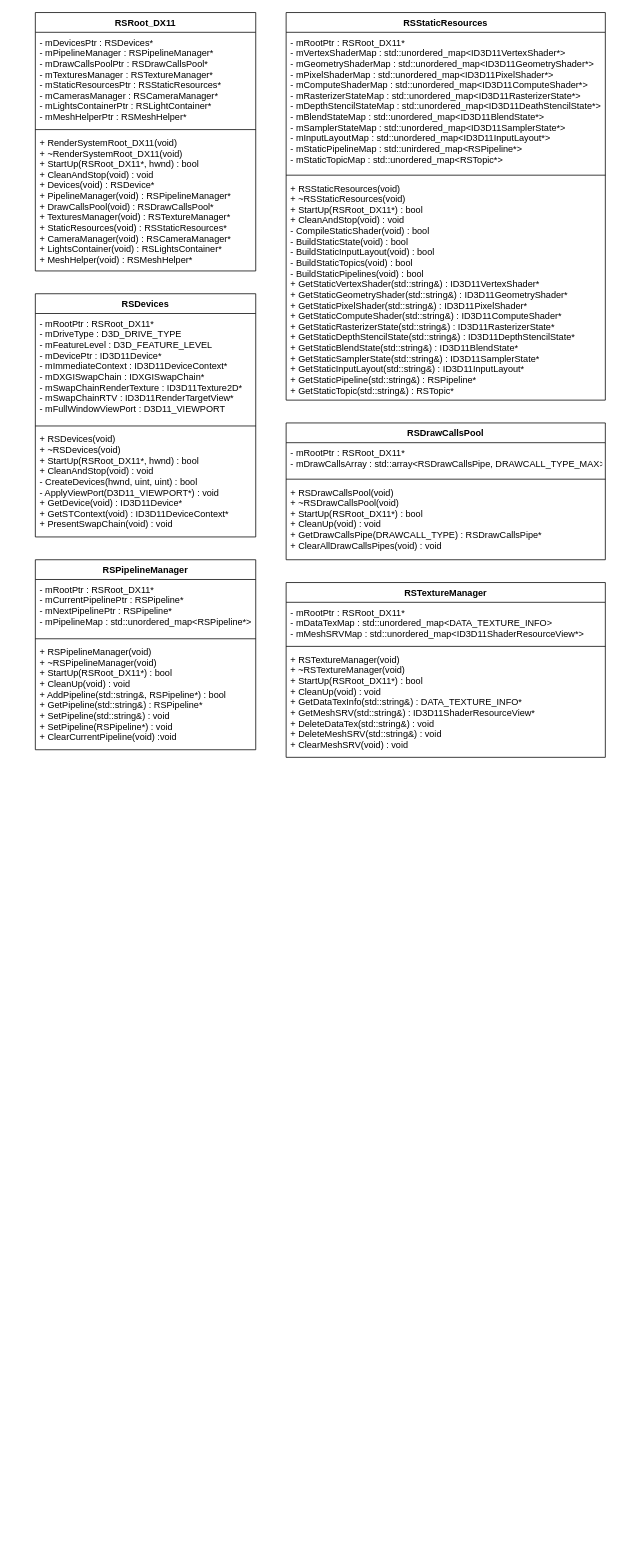
Earlier version of the draw.io diagram page "Root" (4 of 4) of Render.drawio (HIBICUS-CAI/PreWorkRenderEngine). Source tidied: cells renumbered, new cells numbered last; positions are measured from the earlier drawing's top-left corner, leaving out a move shared by most shapes. Both pictures are drawn from the tidied source at 76%, with x=0, y=0 at pixel (35, 12).
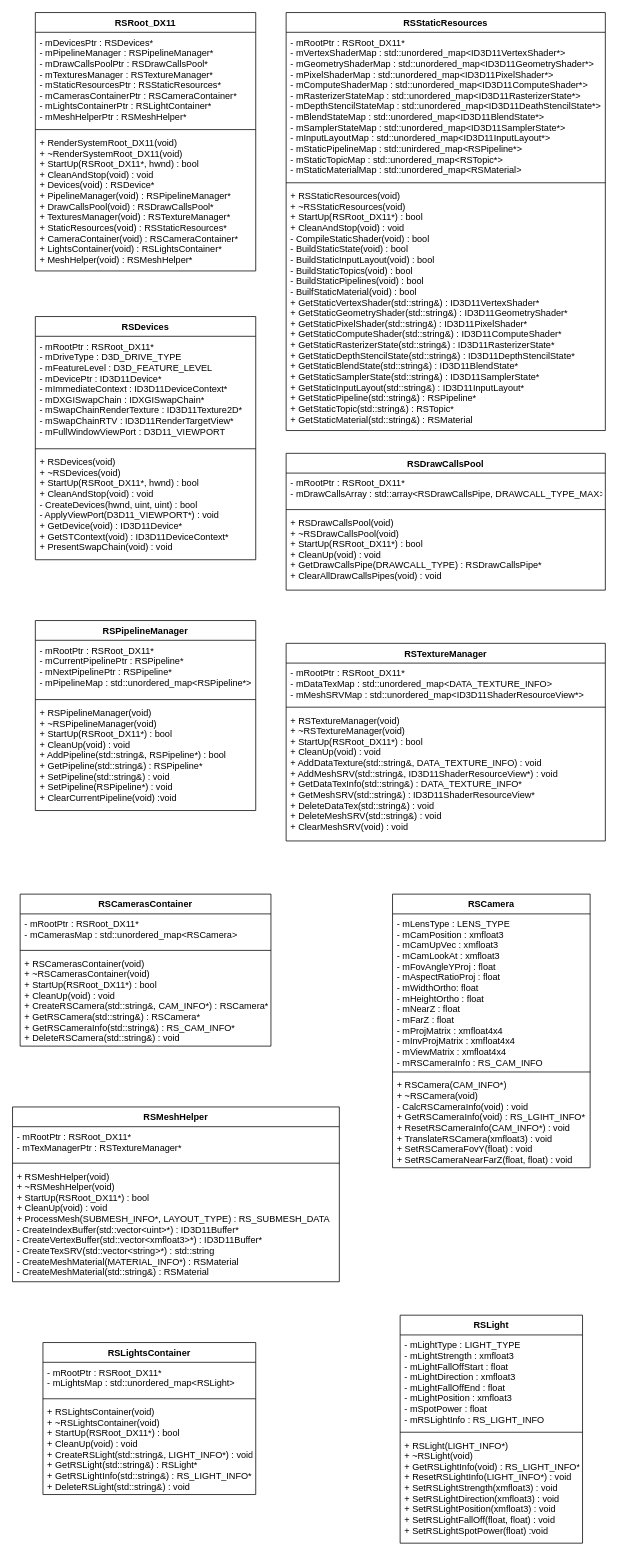
Above is the later version.

Commit message:
管线之外的设计基本完成

Unchanged cells that the change refers to:
```xml
<mxCell id="2" value="RSRoot_DX11" style="swimlane;fontStyle=1;align=center;verticalAlign=top;horizontal=1;startSize=26;" parent="1" vertex="1">
  <mxGeometry width="290" height="340" as="geometry" />
</mxCell>
```

Change to the diagram source:
```diff
@@
-    <mxCell id="3" value="- mDevicesPtr : RSDevices*&#10;- mPipelineManager : RSPipelineManager*&#10;- mDrawCallsPoolPtr : RSDrawCallsPool*&#10;- mTexturesManager : RSTextureManager*&#10;- mStaticResourcesPtr : RSStaticResources*&#10;- mCamerasManager : RSCameraManager*&#10;- mLightsContainerPtr : RSLightContainer*&#10;- mMeshHelperPtr : RSMeshHelper*" style="text;strokeColor=none;fillColor=none;align=left;verticalAlign=top;spacingLeft=4;spacingRight=4;overflow=hidden;" parent="2" vertex="1">
+    <mxCell id="3" value="- mDevicesPtr : RSDevices*&#10;- mPipelineManager : RSPipelineManager*&#10;- mDrawCallsPoolPtr : RSDrawCallsPool*&#10;- mTexturesManager : RSTextureManager*&#10;- mStaticResourcesPtr : RSStaticResources*&#10;- mCamerasContainerPtr : RSCameraContainer*&#10;- mLightsContainerPtr : RSLightContainer*&#10;- mMeshHelperPtr : RSMeshHelper*" style="text;strokeColor=none;fillColor=none;align=left;verticalAlign=top;spacingLeft=4;spacingRight=4;overflow=hidden;" parent="2" vertex="1">
       <mxGeometry y="26" width="290" height="124" as="geometry" />
     </mxCell>
@@
-    <mxCell id="5" value="+ RenderSystemRoot_DX11(void)&#10;+ ~RenderSystemRoot_DX11(void)&#10;+ StartUp(RSRoot_DX11*, hwnd) : bool&#10;+ CleanAndStop(void) : void&#10;+ Devices(void) : RSDevice*&#10;+ PipelineManager(void) : RSPipelineManager*&#10;+ DrawCallsPool(void) : RSDrawCallsPool*&#10;+ TexturesManager(void) : RSTextureManager*&#10;+ StaticResources(void) : RSStaticResources*&#10;+ CameraManager(void) : RSCameraManager*&#10;+ LightsContainer(void) : RSLightsContainer*&#10;+ MeshHelper(void) : RSMeshHelper*" style="text;strokeColor=none;fillColor=none;align=left;verticalAlign=top;spacingLeft=4;spacingRight=4;overflow=hidden;" parent="2" vertex="1">
+    <mxCell id="5" value="+ RenderSystemRoot_DX11(void)&#10;+ ~RenderSystemRoot_DX11(void)&#10;+ StartUp(RSRoot_DX11*, hwnd) : bool&#10;+ CleanAndStop(void) : void&#10;+ Devices(void) : RSDevice*&#10;+ PipelineManager(void) : RSPipelineManager*&#10;+ DrawCallsPool(void) : RSDrawCallsPool*&#10;+ TexturesManager(void) : RSTextureManager*&#10;+ StaticResources(void) : RSStaticResources*&#10;+ CameraContainer(void) : RSCameraContainer*&#10;+ LightsContainer(void) : RSLightsContainer*&#10;+ MeshHelper(void) : RSMeshHelper*" style="text;strokeColor=none;fillColor=none;align=left;verticalAlign=top;spacingLeft=4;spacingRight=4;overflow=hidden;" parent="2" vertex="1">
       <mxGeometry y="158" width="290" height="182" as="geometry" />
     </mxCell>
     <mxCell id="6" value="RSDevices" style="swimlane;fontStyle=1;align=center;verticalAlign=top;horizontal=1;startSize=26;" parent="1" vertex="1">
-      <mxGeometry y="370" width="290" height="320" as="geometry" />
+      <mxGeometry y="400" width="290" height="320" as="geometry" />
     </mxCell>
@@
     <mxCell id="10" value="RSStaticResources" style="swimlane;fontStyle=1;align=center;verticalAlign=top;horizontal=1;startSize=26;" parent="1" vertex="1">
-      <mxGeometry x="330" width="420" height="510" as="geometry" />
+      <mxGeometry x="330" width="420" height="550" as="geometry" />
     </mxCell>
-    <mxCell id="11" value="- mRootPtr : RSRoot_DX11*&#10;- mVertexShaderMap : std::unordered_map&lt;ID3D11VertexShader*&gt;&#10;- mGeometryShaderMap : std::unordered_map&lt;ID3D11GeometryShader*&gt;&#10;- mPixelShaderMap : std::unordered_map&lt;ID3D11PixelShader*&gt;&#10;- mComputeShaderMap : std::unordered_map&lt;ID3D11ComputeShader*&gt;&#10;- mRasterizerStateMap : std::unordered_map&lt;ID3D11RasterizerState*&gt;&#10;- mDepthStencilStateMap : std::unordered_map&lt;ID3D11DeathStencilState*&gt;&#10;- mBlendStateMap : std::unordered_map&lt;ID3D11BlendState*&gt;&#10;- mSamplerStateMap : std::unordered_map&lt;ID3D11SamplerState*&gt;&#10;- mInputLayoutMap : std::unordered_map&lt;ID3D11InputLayout*&gt;&#10;- mStaticPipelineMap : std::unirdered_map&lt;RSPipeline*&gt;&#10;- mStaticTopicMap : std::unordered_map&lt;RSTopic*&gt;" style="text;strokeColor=none;fillColor=none;align=left;verticalAlign=top;spacingLeft=4;spacingRight=4;overflow=hidden;" parent="10" vertex="1">
-      <mxGeometry y="26" width="420" height="184" as="geometry" />
+    <mxCell id="11" value="- mRootPtr : RSRoot_DX11*&#10;- mVertexShaderMap : std::unordered_map&lt;ID3D11VertexShader*&gt;&#10;- mGeometryShaderMap : std::unordered_map&lt;ID3D11GeometryShader*&gt;&#10;- mPixelShaderMap : std::unordered_map&lt;ID3D11PixelShader*&gt;&#10;- mComputeShaderMap : std::unordered_map&lt;ID3D11ComputeShader*&gt;&#10;- mRasterizerStateMap : std::unordered_map&lt;ID3D11RasterizerState*&gt;&#10;- mDepthStencilStateMap : std::unordered_map&lt;ID3D11DeathStencilState*&gt;&#10;- mBlendStateMap : std::unordered_map&lt;ID3D11BlendState*&gt;&#10;- mSamplerStateMap : std::unordered_map&lt;ID3D11SamplerState*&gt;&#10;- mInputLayoutMap : std::unordered_map&lt;ID3D11InputLayout*&gt;&#10;- mStaticPipelineMap : std::unirdered_map&lt;RSPipeline*&gt;&#10;- mStaticTopicMap : std::unordered_map&lt;RSTopic*&gt;&#10;- mStaticMaterialMap : std::unordered_map&lt;RSMaterial&gt;" style="text;strokeColor=none;fillColor=none;align=left;verticalAlign=top;spacingLeft=4;spacingRight=4;overflow=hidden;" parent="10" vertex="1">
+      <mxGeometry y="26" width="420" height="194" as="geometry" />
     </mxCell>
     <mxCell id="12" style="line;strokeWidth=1;fillColor=none;align=left;verticalAlign=middle;spacingTop=-1;spacingLeft=3;spacingRight=3;labelPosition=right;" parent="10" vertex="1">
-      <mxGeometry y="210" width="420" height="8" as="geometry" />
+      <mxGeometry y="220" width="420" height="8" as="geometry" />
     </mxCell>
-    <mxCell id="13" value="+ RSStaticResources(void)&#10;+ ~RSStaticResources(void)&#10;+ StartUp(RSRoot_DX11*) : bool&#10;+ CleanAndStop(void) : void&#10;- CompileStaticShader(void) : bool&#10;- BuildStaticState(void) : bool&#10;- BuildStaticInputLayout(void) : bool&#10;- BuildStaticTopics(void) : bool&#10;- BuildStaticPipelines(void) : bool&#10;+ GetStaticVertexShader(std::string&amp;) : ID3D11VertexShader*&#10;+ GetStaticGeometryShader(std::string&amp;) : ID3D11GeometryShader*&#10;+ GetStaticPixelShader(std::string&amp;) : ID3D11PixelShader*&#10;+ GetStaticComputeShader(std::string&amp;) : ID3D11ComputeShader*&#10;+ GetStaticRasterizerState(std::string&amp;) : ID3D11RasterizerState*&#10;+ GetStaticDepthStencilState(std::string&amp;) : ID3D11DepthStencilState*&#10;+ GetStaticBlendState(std::string&amp;) : ID3D11BlendState*&#10;+ GetStaticSamplerState(std::string&amp;) : ID3D11SamplerState*&#10;+ GetStaticInputLayout(std::string&amp;) : ID3D11InputLayout*&#10;+ GetStaticPipeline(std::string&amp;) : RSPipeline*&#10;+ GetStaticTopic(std::string&amp;) : RSTopic*" style="text;strokeColor=none;fillColor=none;align=left;verticalAlign=top;spacingLeft=4;spacingRight=4;overflow=hidden;" parent="10" vertex="1">
-      <mxGeometry y="218" width="420" height="292" as="geometry" />
+    <mxCell id="13" value="+ RSStaticResources(void)&#10;+ ~RSStaticResources(void)&#10;+ StartUp(RSRoot_DX11*) : bool&#10;+ CleanAndStop(void) : void&#10;- CompileStaticShader(void) : bool&#10;- BuildStaticState(void) : bool&#10;- BuildStaticInputLayout(void) : bool&#10;- BuildStaticTopics(void) : bool&#10;- BuildStaticPipelines(void) : bool&#10;- BuilfStaticMaterial(void) : bool&#10;+ GetStaticVertexShader(std::string&amp;) : ID3D11VertexShader*&#10;+ GetStaticGeometryShader(std::string&amp;) : ID3D11GeometryShader*&#10;+ GetStaticPixelShader(std::string&amp;) : ID3D11PixelShader*&#10;+ GetStaticComputeShader(std::string&amp;) : ID3D11ComputeShader*&#10;+ GetStaticRasterizerState(std::string&amp;) : ID3D11RasterizerState*&#10;+ GetStaticDepthStencilState(std::string&amp;) : ID3D11DepthStencilState*&#10;+ GetStaticBlendState(std::string&amp;) : ID3D11BlendState*&#10;+ GetStaticSamplerState(std::string&amp;) : ID3D11SamplerState*&#10;+ GetStaticInputLayout(std::string&amp;) : ID3D11InputLayout*&#10;+ GetStaticPipeline(std::string&amp;) : RSPipeline*&#10;+ GetStaticTopic(std::string&amp;) : RSTopic*&#10;+ GetStaticMaterial(std::string&amp;) : RSMaterial" style="text;strokeColor=none;fillColor=none;align=left;verticalAlign=top;spacingLeft=4;spacingRight=4;overflow=hidden;" parent="10" vertex="1">
+      <mxGeometry y="228" width="420" height="322" as="geometry" />
     </mxCell>
     <mxCell id="14" value="RSPipelineManager" style="swimlane;fontStyle=1;align=center;verticalAlign=top;horizontal=1;startSize=26;" parent="1" vertex="1">
-      <mxGeometry y="720" width="290" height="250" as="geometry" />
+      <mxGeometry y="800" width="290" height="250" as="geometry" />
     </mxCell>
@@
     <mxCell id="18" value="RSDrawCallsPool" style="swimlane;fontStyle=1;align=center;verticalAlign=top;horizontal=1;startSize=26;" parent="1" vertex="1">
-      <mxGeometry x="330" y="540" width="420" height="180" as="geometry" />
+      <mxGeometry x="330" y="580" width="420" height="180" as="geometry" />
     </mxCell>
@@
     <mxCell id="22" value="RSTextureManager" style="swimlane;fontStyle=1;align=center;verticalAlign=top;horizontal=1;startSize=26;" parent="1" vertex="1">
-      <mxGeometry x="330" y="750" width="420" height="230" as="geometry" />
+      <mxGeometry x="330" y="830" width="420" height="260" as="geometry" />
     </mxCell>
@@
-    <mxCell id="25" value="+ RSTextureManager(void)&#10;+ ~RSTextureManager(void)&#10;+ StartUp(RSRoot_DX11*) : bool&#10;+ CleanUp(void) : void&#10;+ GetDataTexInfo(std::string&amp;) : DATA_TEXTURE_INFO*&#10;+ GetMeshSRV(std::string&amp;) : ID3D11ShaderResourceView*&#10;+ DeleteDataTex(std::string&amp;) : void&#10;+ DeleteMeshSRV(std::string&amp;) : void&#10;+ ClearMeshSRV(void) : void" style="text;strokeColor=none;fillColor=none;align=left;verticalAlign=top;spacingLeft=4;spacingRight=4;overflow=hidden;" parent="22" vertex="1">
-      <mxGeometry y="88" width="420" height="142" as="geometry" />
+    <mxCell id="25" value="+ RSTextureManager(void)&#10;+ ~RSTextureManager(void)&#10;+ StartUp(RSRoot_DX11*) : bool&#10;+ CleanUp(void) : void&#10;+ AddDataTexture(std::string&amp;, DATA_TEXTURE_INFO) : void&#10;+ AddMeshSRV(std::string&amp;, ID3D11ShaderResourceView*) : void&#10;+ GetDataTexInfo(std::string&amp;) : DATA_TEXTURE_INFO*&#10;+ GetMeshSRV(std::string&amp;) : ID3D11ShaderResourceView*&#10;+ DeleteDataTex(std::string&amp;) : void&#10;+ DeleteMeshSRV(std::string&amp;) : void&#10;+ ClearMeshSRV(void) : void" style="text;strokeColor=none;fillColor=none;align=left;verticalAlign=top;spacingLeft=4;spacingRight=4;overflow=hidden;" parent="22" vertex="1">
+      <mxGeometry y="88" width="420" height="172" as="geometry" />
     </mxCell>
+    <mxCell id="26" value="RSCamerasContainer" style="swimlane;fontStyle=1;align=center;verticalAlign=top;horizontal=1;startSize=26;" parent="1" vertex="1">
+      <mxGeometry x="-20" y="1160" width="330" height="200" as="geometry" />
+    </mxCell>
+    <mxCell id="27" value="- mRootPtr : RSRoot_DX11*&#10;- mCamerasMap : std::unordered_map&lt;RSCamera&gt;" style="text;strokeColor=none;fillColor=none;align=left;verticalAlign=top;spacingLeft=4;spacingRight=4;overflow=hidden;" parent="26" vertex="1">
+      <mxGeometry y="26" width="330" height="44" as="geometry" />
+    </mxCell>
+    <mxCell id="28" style="line;strokeWidth=1;fillColor=none;align=left;verticalAlign=middle;spacingTop=-1;spacingLeft=3;spacingRight=3;labelPosition=right;" parent="26" vertex="1">
+      <mxGeometry y="70" width="330" height="8" as="geometry" />
+    </mxCell>
+    <mxCell id="29" value="+ RSCamerasContainer(void)&#10;+ ~RSCamerasContainer(void)&#10;+ StartUp(RSRoot_DX11*) : bool&#10;+ CleanUp(void) : void&#10;+ CreateRSCamera(std::string&amp;, CAM_INFO*) : RSCamera*&#10;+ GetRSCamera(std::string&amp;) : RSCamera*&#10;+ GetRSCameraInfo(std::string&amp;) : RS_CAM_INFO*&#10;+ DeleteRSCamera(std::string&amp;) : void" style="text;strokeColor=none;fillColor=none;align=left;verticalAlign=top;spacingLeft=4;spacingRight=4;overflow=hidden;" parent="26" vertex="1">
+      <mxGeometry y="78" width="330" height="122" as="geometry" />
+    </mxCell>
+    <mxCell id="30" value="RSMeshHelper" style="swimlane;fontStyle=1;align=center;verticalAlign=top;horizontal=1;startSize=26;" parent="1" vertex="1">
+      <mxGeometry x="-30" y="1440" width="430" height="230" as="geometry" />
+    </mxCell>
+    <mxCell id="31" value="- mRootPtr : RSRoot_DX11*&#10;- mTexManagerPtr : RSTextureManager*" style="text;strokeColor=none;fillColor=none;align=left;verticalAlign=top;spacingLeft=4;spacingRight=4;overflow=hidden;" parent="30" vertex="1">
+      <mxGeometry y="26" width="430" height="44" as="geometry" />
+    </mxCell>
+    <mxCell id="32" style="line;strokeWidth=1;fillColor=none;align=left;verticalAlign=middle;spacingTop=-1;spacingLeft=3;spacingRight=3;labelPosition=right;" parent="30" vertex="1">
+      <mxGeometry y="70" width="430" height="8" as="geometry" />
+    </mxCell>
+    <mxCell id="33" value="+ RSMeshHelper(void)&#10;+ ~RSMeshHelper(void)&#10;+ StartUp(RSRoot_DX11*) : bool&#10;+ CleanUp(void) : void&#10;+ ProcessMesh(SUBMESH_INFO*, LAYOUT_TYPE) : RS_SUBMESH_DATA&#10;- CreateIndexBuffer(std::vector&lt;uint&gt;*) : ID3D11Buffer*&#10;- CreateVertexBuffer(std::vector&lt;xmfloat3&gt;*) : ID3D11Buffer*&#10;- CreateTexSRV(std::vector&lt;string&gt;*) : std::string&#10;- CreateMeshMaterial(MATERIAL_INFO*) : RSMaterial&#10;- CreateMeshMaterial(std::string&amp;) : RSMaterial" style="text;strokeColor=none;fillColor=none;align=left;verticalAlign=top;spacingLeft=4;spacingRight=4;overflow=hidden;" parent="30" vertex="1">
+      <mxGeometry y="78" width="430" height="152" as="geometry" />
+    </mxCell>
+    <mxCell id="34" value="RSLightsContainer" style="swimlane;fontStyle=1;align=center;verticalAlign=top;horizontal=1;startSize=26;" parent="1" vertex="1">
+      <mxGeometry x="10" y="1750" width="280" height="200" as="geometry" />
+    </mxCell>
+    <mxCell id="35" value="- mRootPtr : RSRoot_DX11*&#10;- mLightsMap : std::unordered_map&lt;RSLight&gt;" style="text;strokeColor=none;fillColor=none;align=left;verticalAlign=top;spacingLeft=4;spacingRight=4;overflow=hidden;" parent="34" vertex="1">
+      <mxGeometry y="26" width="280" height="44" as="geometry" />
+    </mxCell>
+    <mxCell id="36" style="line;strokeWidth=1;fillColor=none;align=left;verticalAlign=middle;spacingTop=-1;spacingLeft=3;spacingRight=3;labelPosition=right;" parent="34" vertex="1">
+      <mxGeometry y="70" width="280" height="8" as="geometry" />
+    </mxCell>
+    <mxCell id="37" value="+ RSLightsContainer(void)&#10;+ ~RSLightsContainer(void)&#10;+ StartUp(RSRoot_DX11*) : bool&#10;+ CleanUp(void) : void&#10;+ CreateRSLight(std::string&amp;, LIGHT_INFO*) : void&#10;+ GetRSLight(std::string&amp;) : RSLight*&#10;+ GetRSLightInfo(std::string&amp;) : RS_LIGHT_INFO*&#10;+ DeleteRSLight(std::string&amp;) : void" style="text;strokeColor=none;fillColor=none;align=left;verticalAlign=top;spacingLeft=4;spacingRight=4;overflow=hidden;" parent="34" vertex="1">
+      <mxGeometry y="78" width="280" height="122" as="geometry" />
+    </mxCell>
+    <mxCell id="38" value="RSCamera" style="swimlane;fontStyle=1;align=center;verticalAlign=top;horizontal=1;startSize=26;" parent="1" vertex="1">
+      <mxGeometry x="470" y="1160" width="260" height="360" as="geometry" />
+    </mxCell>
+    <mxCell id="39" value="- mLensType : LENS_TYPE&#10;- mCamPosition : xmfloat3&#10;- mCamUpVec : xmfloat3&#10;- mCamLookAt : xmfloat3&#10;- mFovAngleYProj : float&#10;- mAspectRatioProj : float&#10;- mWidthOrtho: float&#10;- mHeightOrtho : float&#10;- mNearZ : float&#10;- mFarZ : float&#10;- mProjMatrix : xmfloat4x4&#10;- mInvProjMatrix : xmfloat4x4&#10;- mViewMatrix : xmfloat4x4&#10;- mRSCameraInfo : RS_CAM_INFO" style="text;strokeColor=none;fillColor=none;align=left;verticalAlign=top;spacingLeft=4;spacingRight=4;overflow=hidden;" parent="38" vertex="1">
+      <mxGeometry y="26" width="260" height="204" as="geometry" />
+    </mxCell>
+    <mxCell id="40" style="line;strokeWidth=1;fillColor=none;align=left;verticalAlign=middle;spacingTop=-1;spacingLeft=3;spacingRight=3;labelPosition=right;" parent="38" vertex="1">
+      <mxGeometry y="230" width="260" height="8" as="geometry" />
+    </mxCell>
+    <mxCell id="41" value="+ RSCamera(CAM_INFO*)&#10;+ ~RSCamera(void)&#10;- CalcRSCameraInfo(void) : void&#10;+ GetRSCameraInfo(void) : RS_LGIHT_INFO*&#10;+ ResetRSCameraInfo(CAM_INFO*) : void&#10;+ TranslateRSCamera(xmfloat3) : void&#10;+ SetRSCameraFovY(float) : void&#10;+ SetRSCameraNearFarZ(float, float) : void" style="text;strokeColor=none;fillColor=none;align=left;verticalAlign=top;spacingLeft=4;spacingRight=4;overflow=hidden;" parent="38" vertex="1">
+      <mxGeometry y="238" width="260" height="122" as="geometry" />
+    </mxCell>
+    <mxCell id="42" value="RSLight" style="swimlane;fontStyle=1;align=center;verticalAlign=top;horizontal=1;startSize=26;" parent="1" vertex="1">
+      <mxGeometry x="480" y="1714" width="240" height="300" as="geometry" />
+    </mxCell>
+    <mxCell id="43" value="- mLightType : LIGHT_TYPE&#10;- mLightStrength : xmfloat3&#10;- mLightFallOffStart : float&#10;- mLightDirection : xmfloat3&#10;- mLightFallOffEnd : float&#10;- mLightPosition : xmfloat3&#10;- mSpotPower : float&#10;- mRSLightInfo : RS_LIGHT_INFO" style="text;strokeColor=none;fillColor=none;align=left;verticalAlign=top;spacingLeft=4;spacingRight=4;overflow=hidden;" parent="42" vertex="1">
+      <mxGeometry y="26" width="240" height="124" as="geometry" />
+    </mxCell>
+    <mxCell id="44" style="line;strokeWidth=1;fillColor=none;align=left;verticalAlign=middle;spacingTop=-1;spacingLeft=3;spacingRight=3;labelPosition=right;" parent="42" vertex="1">
+      <mxGeometry y="150" width="240" height="8" as="geometry" />
+    </mxCell>
+    <mxCell id="45" value="+ RSLight(LIGHT_INFO*)&#10;+ ~RSLight(void)&#10;+ GetRSLightInfo(void) : RS_LIGHT_INFO*&#10;+ ResetRSLightInfo(LIGHT_INFO*) : void&#10;+ SetRSLightStrength(xmfloat3) : void&#10;+ SetRSLightDirection(xmfloat3) : void&#10;+ SetRSLightPosition(xmfloat3) : void&#10;+ SetRSLightFallOff(float, float) : void&#10;+ SetRSLightSpotPower(float) :void" style="text;strokeColor=none;fillColor=none;align=left;verticalAlign=top;spacingLeft=4;spacingRight=4;overflow=hidden;" parent="42" vertex="1">
+      <mxGeometry y="158" width="240" height="142" as="geometry" />
+    </mxCell>
```
